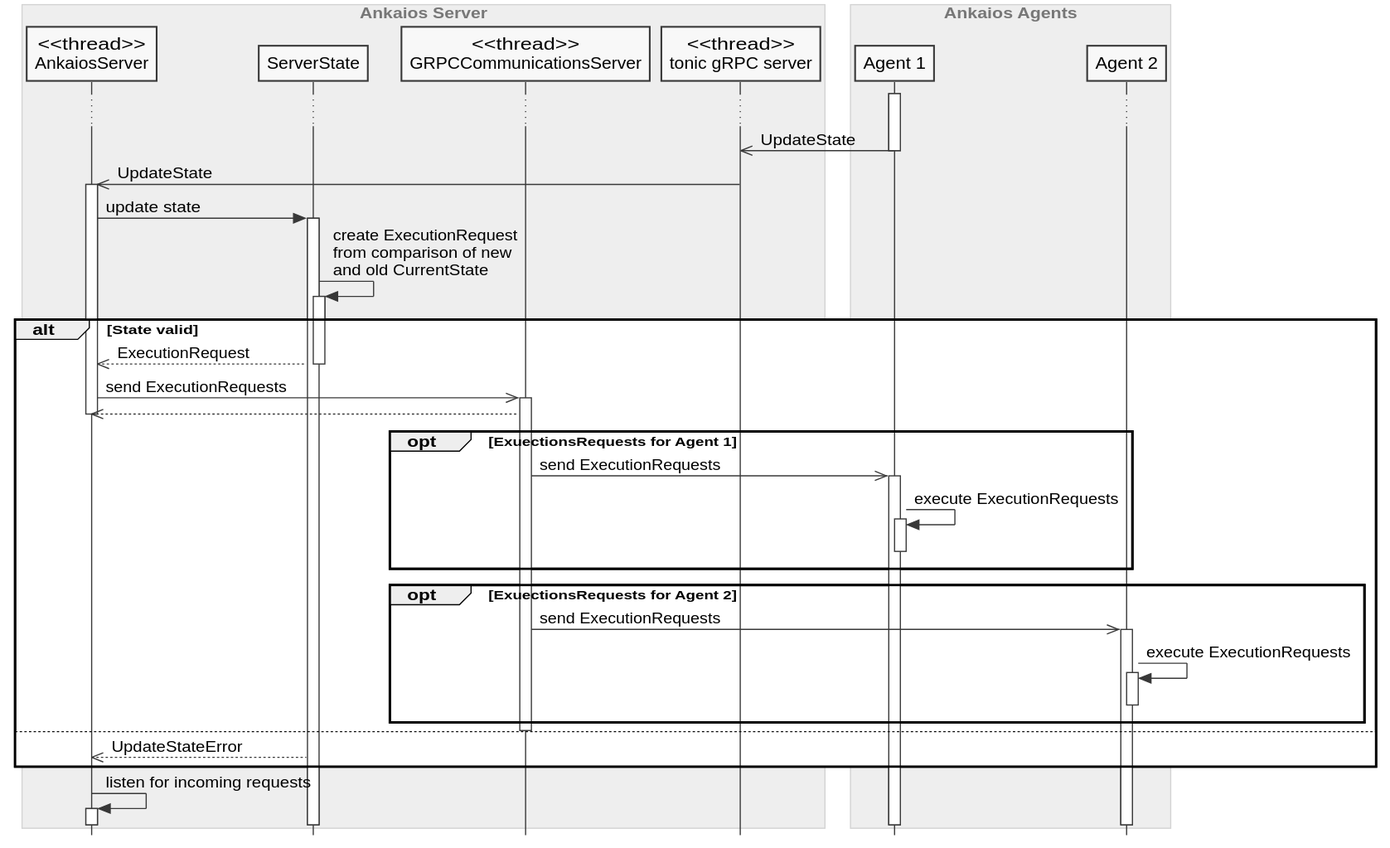
Earlier version of the PlantUML export server/doc/swdesign/plantuml/seq_update_state.svg (eclipse-ankaios/ankaios).
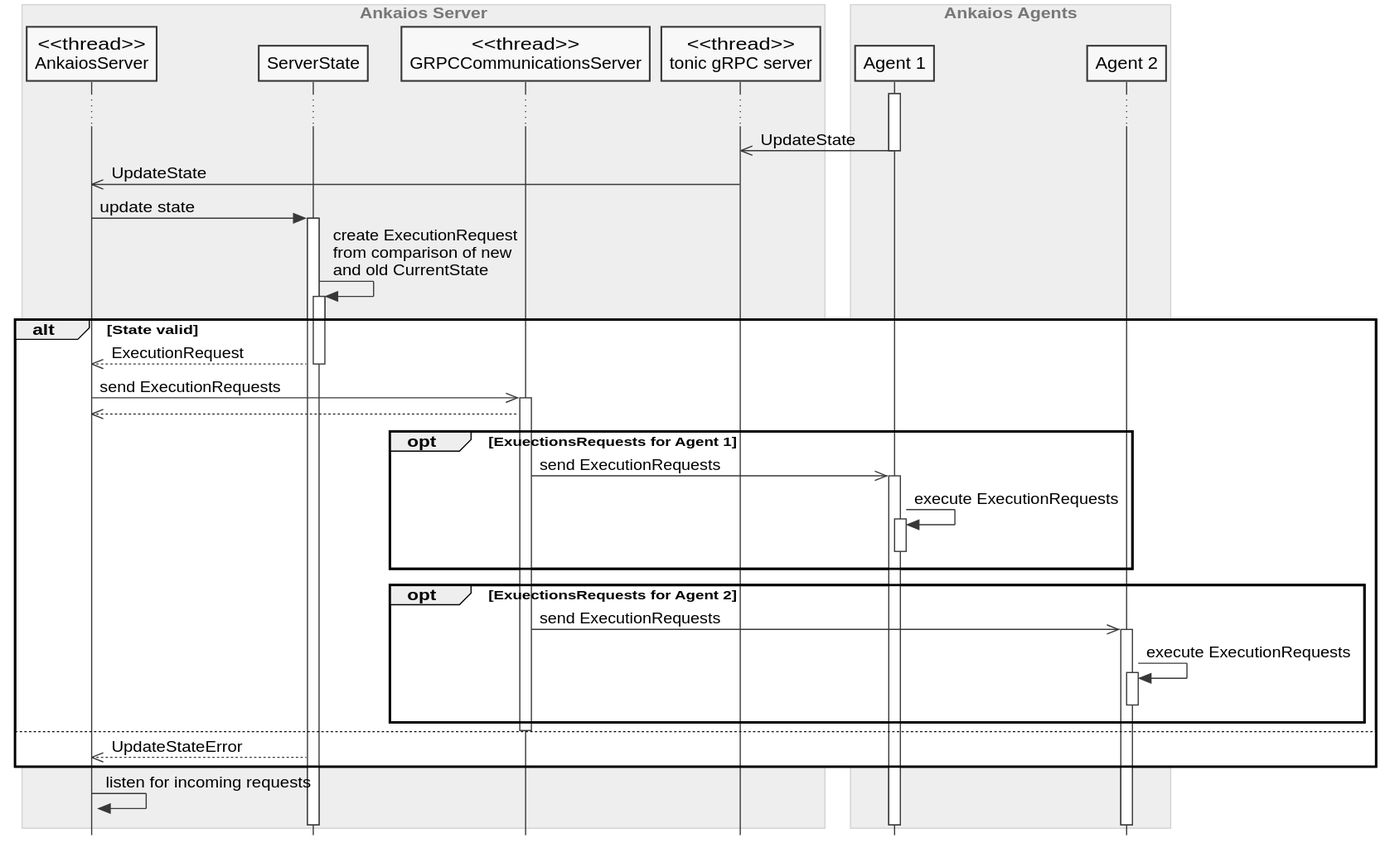
After the change.

What changed in the source:
```diff
@@ -40,10 +40,9 @@
 end box
 
 activate agent1
-
 ...
-agent1 ->> tonic_server--: UpdateState
-tonic_server ->> server++: UpdateState
+agent1 ->> tonic_server--++: UpdateState
+tonic_server ->> server--++: UpdateState
 server -> server_state++: update state
 server_state -> server_state++--: create ExecutionRequest\nfrom comparison of new\nand old CurrentState
 alt State valid
```
